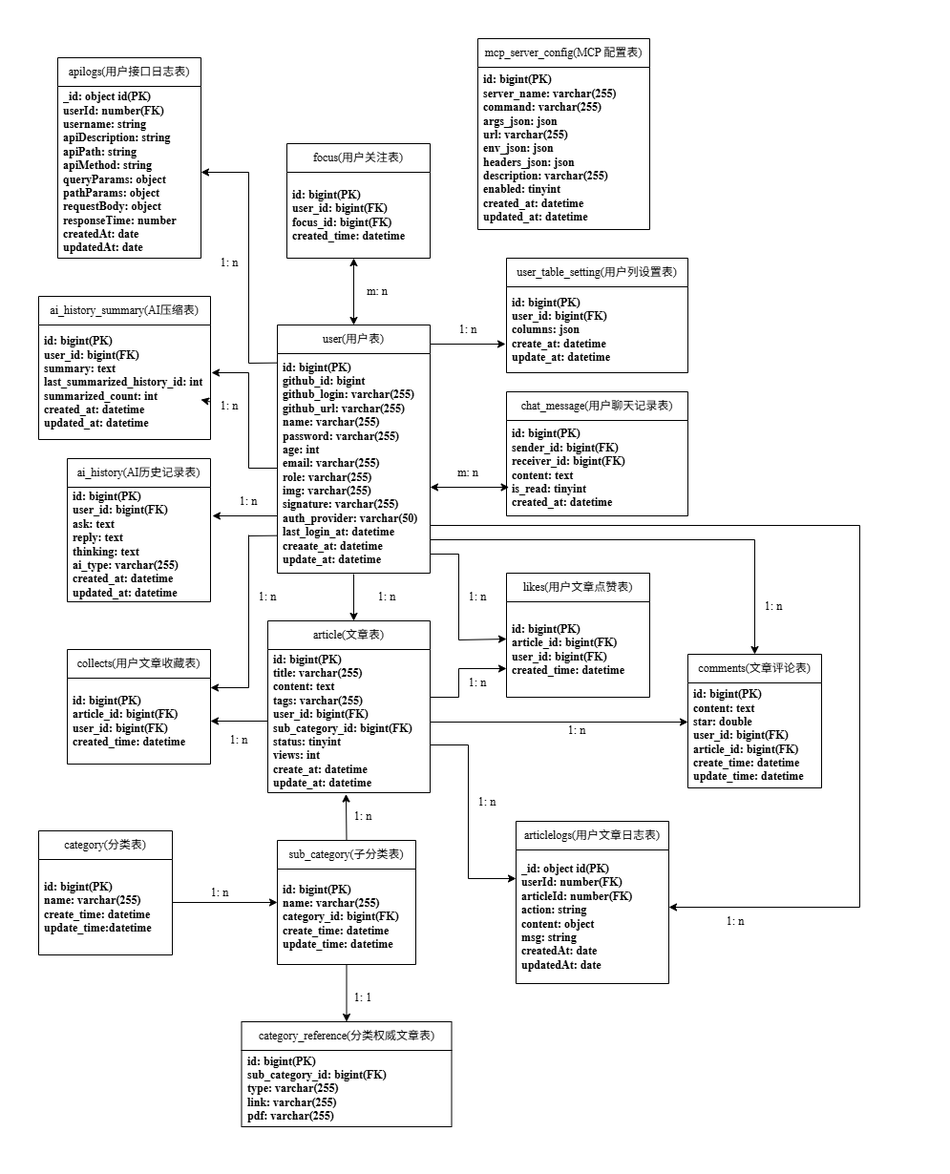
Above: static/pic/er.drawio.png in hongch666/mix-web-demo (draw.io), before the change. Source tidied: cells renumbered, new cells last; positions are measured from the earlier drawing's top-left corner, leaving out a move shared by most shapes.
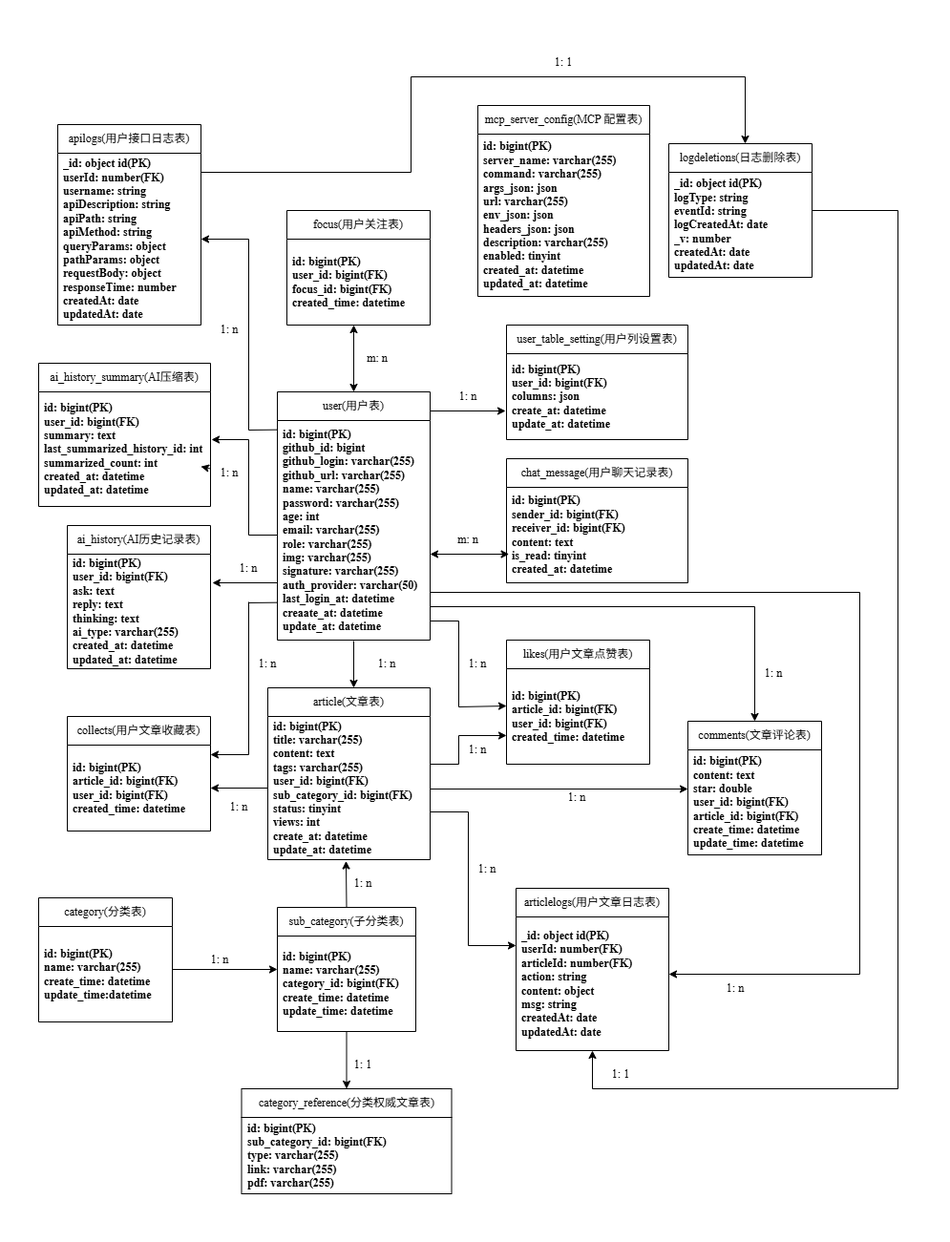
Later version of the same file.

Diff of the diagram source:
```diff
@@ -297,7 +297,7 @@
       <mxGeometry x="350" y="1030" width="60" height="30" as="geometry" />
     </mxCell>
     <mxCell id="76" style="rounded=0;whiteSpace=wrap;html=1;textOpacity=0;labelBorderColor=light-dark(#000000,#FFFFFF);fontColor=none;noLabel=1;strokeColor=none;fontFamily=Times New Roman;fontStyle=1;" parent="1" vertex="1">
-      <mxGeometry x="140" width="10" height="30" as="geometry" />
+      <mxGeometry x="410" y="-70" width="10" height="30" as="geometry" />
     </mxCell>
     <mxCell id="77" value="user_table_setting&lt;span style=&quot;&quot;&gt;(用户列设置表)&lt;/span&gt;" style="swimlane;fontStyle=0;horizontal=1;startSize=30;whiteSpace=wrap;html=1;fontColor=default;fontFamily=Times New Roman;" parent="1" vertex="1">
       <mxGeometry x="530" y="270" width="190" height="120" as="geometry" />
@@ -349,5 +349,64 @@
     <mxCell id="89" value="&lt;span style=&quot;scrollbar-color: rgb(75, 75, 75) rgb(27, 29, 30);&quot;&gt;&lt;b&gt;id: bigint(PK)&lt;/b&gt;&lt;/span&gt;&lt;div style=&quot;scrollbar-color: rgb(75, 75, 75) rgb(27, 29, 30);&quot;&gt;&lt;span style=&quot;scrollbar-color: rgb(75, 75, 75) rgb(27, 29, 30);&quot;&gt;&lt;b&gt;server_name:&amp;nbsp;&lt;/b&gt;&lt;/span&gt;&lt;b style=&quot;background-color: transparent; scrollbar-color: rgb(75, 75, 75) rgb(27, 29, 30);&quot;&gt;varchar(255)&lt;/b&gt;&lt;/div&gt;&lt;div style=&quot;scrollbar-color: rgb(75, 75, 75) rgb(27, 29, 30);&quot;&gt;&lt;span style=&quot;scrollbar-color: rgb(75, 75, 75) rgb(27, 29, 30);&quot;&gt;&lt;b&gt;command:&amp;nbsp;&lt;/b&gt;&lt;/span&gt;&lt;b style=&quot;background-color: transparent; scrollbar-color: rgb(75, 75, 75) rgb(27, 29, 30);&quot;&gt;varchar(255)&lt;/b&gt;&lt;/div&gt;&lt;div style=&quot;scrollbar-color: rgb(75, 75, 75) rgb(27, 29, 30);&quot;&gt;&lt;b style=&quot;background-color: transparent; scrollbar-color: rgb(75, 75, 75) rgb(27, 29, 30);&quot;&gt;args_json: json&lt;/b&gt;&lt;/div&gt;&lt;div style=&quot;scrollbar-color: rgb(75, 75, 75) rgb(27, 29, 30);&quot;&gt;&lt;b style=&quot;background-color: transparent; scrollbar-color: rgb(75, 75, 75) rgb(27, 29, 30);&quot;&gt;url:&amp;nbsp;&lt;/b&gt;&lt;b style=&quot;background-color: transparent; scrollbar-color: rgb(75, 75, 75) rgb(27, 29, 30);&quot;&gt;varchar(255)&lt;/b&gt;&lt;/div&gt;&lt;div style=&quot;scrollbar-color: rgb(75, 75, 75) rgb(27, 29, 30);&quot;&gt;&lt;b style=&quot;background-color: transparent; scrollbar-color: rgb(75, 75, 75) rgb(27, 29, 30);&quot;&gt;env_json: json&lt;/b&gt;&lt;/div&gt;&lt;div style=&quot;scrollbar-color: rgb(75, 75, 75) rgb(27, 29, 30);&quot;&gt;&lt;b style=&quot;background-color: transparent; scrollbar-color: rgb(75, 75, 75) rgb(27, 29, 30);&quot;&gt;headers_json: json&lt;/b&gt;&lt;/div&gt;&lt;div style=&quot;scrollbar-color: rgb(75, 75, 75) rgb(27, 29, 30);&quot;&gt;&lt;b style=&quot;background-color: transparent; scrollbar-color: rgb(75, 75, 75) rgb(27, 29, 30);&quot;&gt;description:&amp;nbsp;&lt;/b&gt;&lt;b style=&quot;background-color: transparent; scrollbar-color: rgb(75, 75, 75) rgb(27, 29, 30);&quot;&gt;varchar(255)&lt;/b&gt;&lt;/div&gt;&lt;div style=&quot;scrollbar-color: rgb(75, 75, 75) rgb(27, 29, 30);&quot;&gt;&lt;b style=&quot;background-color: transparent; scrollbar-color: rgb(75, 75, 75) rgb(27, 29, 30);&quot;&gt;enabled: tinyint&lt;/b&gt;&lt;/div&gt;&lt;div style=&quot;scrollbar-color: rgb(75, 75, 75) rgb(27, 29, 30);&quot;&gt;&lt;span style=&quot;scrollbar-color: rgb(75, 75, 75) rgb(27, 29, 30);&quot;&gt;&lt;b&gt;created_at: datetime&lt;/b&gt;&lt;/span&gt;&lt;/div&gt;&lt;div style=&quot;scrollbar-color: rgb(75, 75, 75) rgb(27, 29, 30);&quot;&gt;&lt;span style=&quot;scrollbar-color: rgb(75, 75, 75) rgb(27, 29, 30);&quot;&gt;&lt;b style=&quot;scrollbar-color: rgb(75, 75, 75) rgb(27, 29, 30);&quot;&gt;updated_at: datetime&lt;/b&gt;&lt;b&gt;&lt;/b&gt;&lt;/span&gt;&lt;/div&gt;" style="text;strokeColor=none;fillColor=none;align=left;verticalAlign=middle;spacingLeft=4;spacingRight=4;overflow=hidden;whiteSpace=wrap;html=1;fontColor=default;fontFamily=Times New Roman;" parent="88" vertex="1">
       <mxGeometry y="30" width="180" height="170" as="geometry" />
     </mxCell>
+    <mxCell id="90" value="logdeletions(日志删除表)" style="swimlane;fontStyle=0;horizontal=1;startSize=30;whiteSpace=wrap;html=1;fontColor=default;fontFamily=Times New Roman;" parent="1" vertex="1">
+      <mxGeometry x="700" y="80" width="150" height="140" as="geometry" />
+    </mxCell>
+    <mxCell id="91" value="&lt;b&gt;_id: object id(PK)&lt;/b&gt;&lt;div&gt;&lt;b&gt;logType: string&lt;/b&gt;&lt;/div&gt;&lt;div&gt;&lt;b&gt;eventId: string&lt;/b&gt;&lt;/div&gt;&lt;div&gt;&lt;b&gt;logCreatedAt: date&lt;/b&gt;&lt;/div&gt;&lt;div&gt;&lt;b&gt;_v: number&lt;/b&gt;&lt;/div&gt;&lt;div&gt;&lt;b&gt;createdAt: date&lt;/b&gt;&lt;/div&gt;&lt;div&gt;&lt;b&gt;updatedAt: date&lt;/b&gt;&lt;/div&gt;" style="text;strokeColor=none;fillColor=none;align=left;verticalAlign=middle;spacingLeft=4;spacingRight=4;overflow=hidden;whiteSpace=wrap;html=1;fontFamily=Times New Roman;" parent="90" vertex="1">
+      <mxGeometry y="30" width="150" height="110" as="geometry" />
+    </mxCell>
+    <mxCell id="92" style="endArrow=none;html=1;fontFamily=Times New Roman;" parent="1" edge="1">
+      <mxGeometry relative="1" as="geometry">
+        <mxPoint x="210" y="110" as="sourcePoint" />
+        <mxPoint x="430" y="110" as="targetPoint" />
+      </mxGeometry>
+    </mxCell>
+    <mxCell id="93" style="endArrow=none;html=1;fontFamily=Times New Roman;" parent="1" edge="1">
+      <mxGeometry relative="1" as="geometry">
+        <mxPoint x="430" y="10" as="sourcePoint" />
+        <mxPoint x="430" y="110" as="targetPoint" />
+      </mxGeometry>
+    </mxCell>
+    <mxCell id="94" style="endArrow=none;html=1;fontFamily=Times New Roman;" parent="1" edge="1">
+      <mxGeometry relative="1" as="geometry">
+        <mxPoint x="430" y="10" as="sourcePoint" />
+        <mxPoint x="780" y="10" as="targetPoint" />
+      </mxGeometry>
+    </mxCell>
+    <mxCell id="95" style="endArrow=classic;html=1;fontFamily=Times New Roman;" parent="1" edge="1">
+      <mxGeometry relative="1" as="geometry">
+        <mxPoint x="780" y="10" as="sourcePoint" />
+        <mxPoint x="780" y="80" as="targetPoint" />
+      </mxGeometry>
+    </mxCell>
+    <mxCell id="96" value="1: 1" style="text;html=1;align=center;verticalAlign=middle;whiteSpace=wrap;rounded=0;fontFamily=Times New Roman;" parent="1" vertex="1">
+      <mxGeometry x="560" y="-20" width="60" height="30" as="geometry" />
+    </mxCell>
+    <mxCell id="97" style="endArrow=none;html=1;fontFamily=Times New Roman;" parent="1" edge="1">
+      <mxGeometry relative="1" as="geometry">
+        <mxPoint x="850" y="150" as="sourcePoint" />
+        <mxPoint x="940" y="150" as="targetPoint" />
+      </mxGeometry>
+    </mxCell>
+    <mxCell id="98" style="endArrow=none;html=1;fontFamily=Times New Roman;" parent="1" edge="1">
+      <mxGeometry relative="1" as="geometry">
+        <mxPoint x="940" y="150" as="sourcePoint" />
+        <mxPoint x="940" y="1070" as="targetPoint" />
+      </mxGeometry>
+    </mxCell>
+    <mxCell id="99" style="endArrow=none;html=1;fontFamily=Times New Roman;" parent="1" edge="1">
+      <mxGeometry relative="1" as="geometry">
+        <mxPoint x="620" y="1070" as="sourcePoint" />
+        <mxPoint x="940" y="1070" as="targetPoint" />
+      </mxGeometry>
+    </mxCell>
+    <mxCell id="100" style="endArrow=classic;html=1;fontFamily=Times New Roman;entryX=0.5;entryY=1;entryDx=0;entryDy=0;" parent="1" edge="1" target="39">
+      <mxGeometry relative="1" as="geometry">
+        <mxPoint x="620" y="1070" as="sourcePoint" />
+      </mxGeometry>
+    </mxCell>
+    <mxCell id="101" value="1: 1" style="text;html=1;align=center;verticalAlign=middle;whiteSpace=wrap;rounded=0;fontFamily=Times New Roman;" parent="1" vertex="1">
+      <mxGeometry x="620" y="1040" width="60" height="30" as="geometry" />
+    </mxCell>
   </root>
 </mxGraphModel>
```
